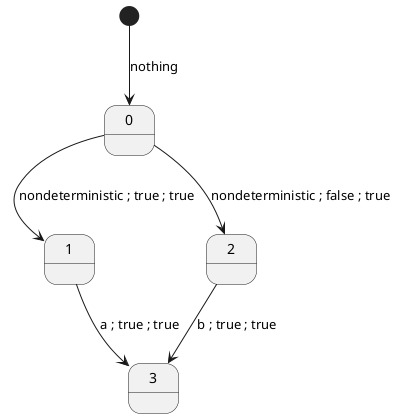
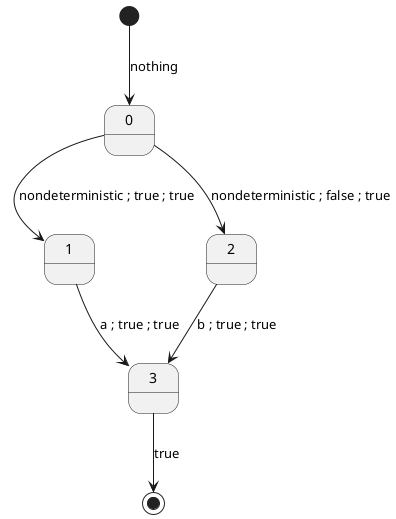
@startuml

state "0" as s0
state "1" as s1
state "2" as s2
state "3" as s3

[*] --> s0 : nothing
s0 --> s1 : nondeterministic ; true ; true
s0 --> s2 : nondeterministic ; false ; true
s1 --> s3 : a ; true ; true
s2 --> s3 : b ; true ; true
+ s3 --> [*] : true

@enduml
